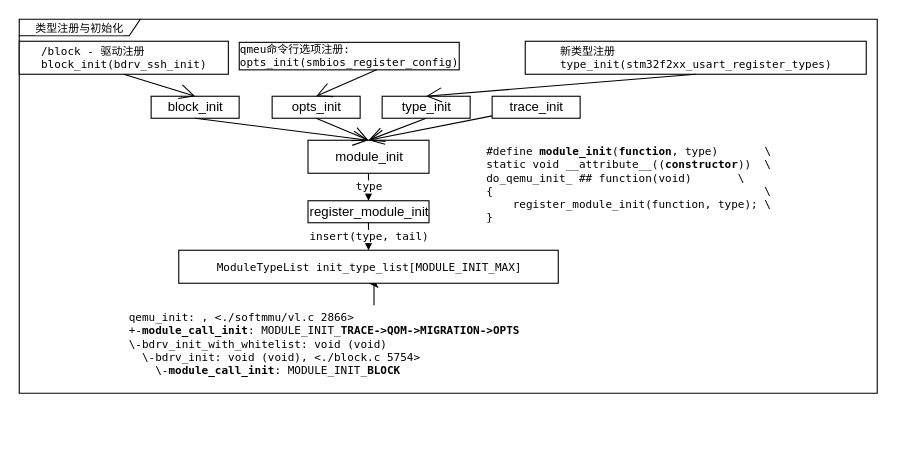
Before: QOM-Module.drawio in youtubezou/A-thinking-in-linux, a draw.io diagram. Source tidied: cells renumbered, new cells numbered last; positions are measured from the earlier drawing's top-left corner, leaving out a move shared by most shapes. Both pictures are drawn from the tidied source at 110%, with x=0, y=0 at pixel (19, 19).
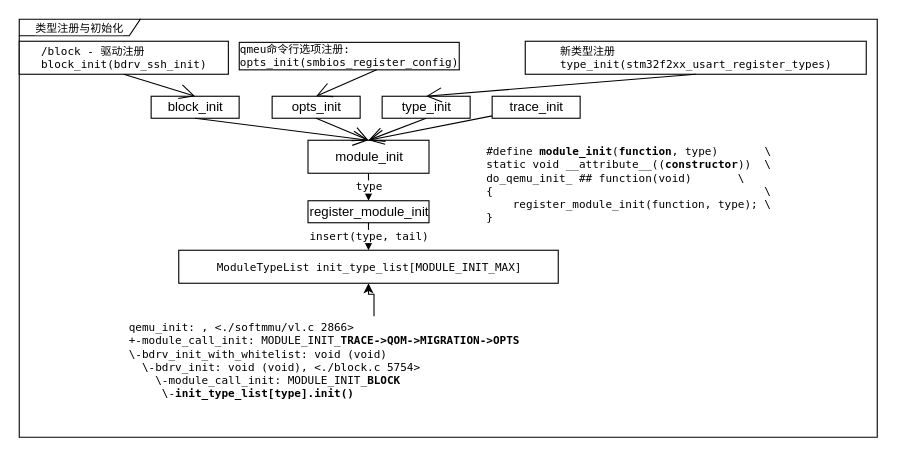
Above is the later version.

The edit, as a diff of the source:
```diff
@@
     <mxCell id="2" value="类型注册与初始化" style="shape=umlFrame;whiteSpace=wrap;html=1;fontSize=10;width=110;height=15;labelBorderColor=none;labelBackgroundColor=#FFFFFF;swimlaneFillColor=#ffffff;" parent="1" vertex="1">
-      <mxGeometry width="780" height="340" as="geometry" />
+      <mxGeometry width="780" height="380" as="geometry" />
     </mxCell>
@@
-    <mxCell id="24" value="&lt;div&gt;&lt;span style=&quot;font-size: 10px&quot;&gt;qemu_init: , &amp;lt;./softmmu/vl.c 2866&amp;gt;&lt;/span&gt;&lt;/div&gt;&lt;div&gt;&lt;span style=&quot;font-size: 10px&quot;&gt;+-&lt;b&gt;module_call_init&lt;/b&gt;: MODULE_INIT_&lt;b&gt;TRACE-&amp;gt;QOM-&amp;gt;MIGRATION-&amp;gt;OPTS&lt;/b&gt;&lt;/span&gt;&lt;/div&gt;&lt;div&gt;&lt;span style=&quot;font-size: 10px&quot;&gt;\-bdrv_init_with_whitelist: void (void)&lt;/span&gt;&lt;/div&gt;&lt;div&gt;&lt;span style=&quot;font-size: 10px&quot;&gt;&amp;nbsp; \-bdrv_init: void (void), &amp;lt;./block.c 5754&amp;gt;&lt;/span&gt;&lt;/div&gt;&lt;div&gt;&lt;span style=&quot;font-size: 10px&quot;&gt;&amp;nbsp; &amp;nbsp; \-&lt;b&gt;module_call_init&lt;/b&gt;: MODULE_INIT_&lt;b&gt;BLOCK&lt;/b&gt;&lt;/span&gt;&lt;/div&gt;" style="text;html=1;align=left;verticalAlign=middle;points=[];strokeColor=none;fillColor=none;fontSize=10;fontFamily=Lucida Console;fontColor=#000000;" parent="1" vertex="1">
-      <mxGeometry x="97.5" y="260" width="450" height="70" as="geometry" />
+    <mxCell id="24" value="&lt;div&gt;&lt;span style=&quot;font-size: 10px&quot;&gt;qemu_init: , &amp;lt;./softmmu/vl.c 2866&amp;gt;&lt;/span&gt;&lt;/div&gt;&lt;div&gt;&lt;span style=&quot;font-size: 10px&quot;&gt;+-module_call_init: MODULE_INIT_&lt;b&gt;TRACE-&amp;gt;QOM-&amp;gt;MIGRATION-&amp;gt;OPTS&lt;/b&gt;&lt;/span&gt;&lt;/div&gt;&lt;div&gt;&lt;span style=&quot;font-size: 10px&quot;&gt;\-bdrv_init_with_whitelist: void (void)&lt;/span&gt;&lt;/div&gt;&lt;div&gt;&lt;span style=&quot;font-size: 10px&quot;&gt;&amp;nbsp; \-bdrv_init: void (void), &amp;lt;./block.c 5754&amp;gt;&lt;/span&gt;&lt;/div&gt;&lt;div&gt;&lt;span style=&quot;font-size: 10px&quot;&gt;&amp;nbsp; &amp;nbsp; \-module_call_init: MODULE_INIT_&lt;b&gt;BLOCK&lt;/b&gt;&lt;/span&gt;&lt;/div&gt;&lt;div&gt;&lt;span style=&quot;font-size: 10px&quot;&gt;&amp;nbsp; &amp;nbsp; &amp;nbsp;\-&lt;b&gt;init_type_list[type].init()&lt;/b&gt;&lt;/span&gt;&lt;/div&gt;&lt;div&gt;&lt;/div&gt;" style="text;html=1;align=left;verticalAlign=middle;points=[];strokeColor=none;fillColor=none;fontSize=10;fontFamily=Lucida Console;fontColor=#000000;" parent="1" vertex="1">
+      <mxGeometry x="97.5" y="270" width="450" height="80" as="geometry" />
     </mxCell>
```
